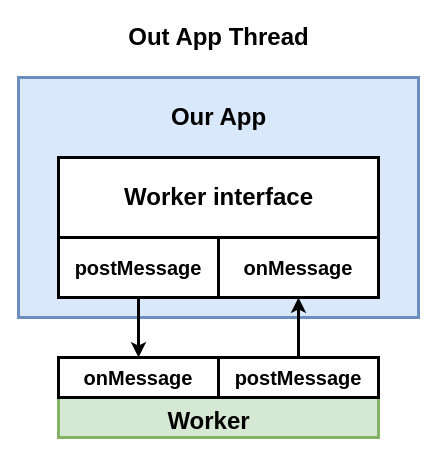
Earlier version of the draw.io diagram page "11" (11 of 11) of Section-2.drawio (uzzal71/Node-JS-Advanced-Concepts). Source tidied: cells renumbered, new cells numbered last; positions are measured from the earlier drawing's top-left corner, leaving out a move shared by most shapes. Both pictures are drawn from the tidied source at 100%, with x=0, y=0 at pixel (18, 17).
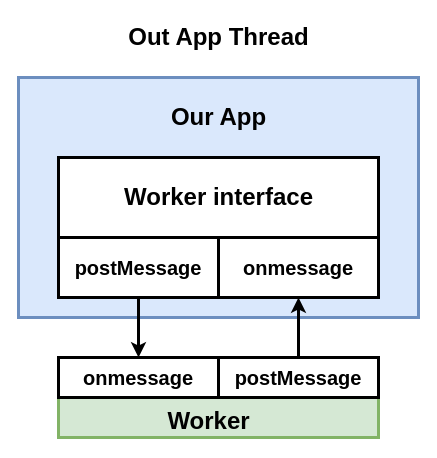
The same diagram, later.

What changed in the source:
```diff
@@
 <mxGraphModel>
   <root>
     <mxCell id="0" />
     <mxCell id="1" parent="0" />
     <mxCell id="2" style="rounded=0;whiteSpace=wrap;html=1;fillColor=#dae8fc;strokeColor=#6c8ebf;strokeWidth=3;" parent="1" vertex="1">
       <mxGeometry y="60" width="400" height="240" as="geometry" />
     </mxCell>
     <mxCell id="3" style="rounded=0;whiteSpace=wrap;html=1;strokeWidth=3;" parent="1" vertex="1">
       <mxGeometry x="40" y="140" width="320" height="140" as="geometry" />
     </mxCell>
     <mxCell id="4" style="edgeStyle=orthogonalEdgeStyle;rounded=0;jettySize=auto;html=1;entryX=0.5;entryY=0;entryDx=0;entryDy=0;strokeWidth=3;" parent="1" edge="1" source="5" target="11">
       <mxGeometry relative="1" as="geometry" />
     </mxCell>
     <mxCell id="5" value="&lt;font style=&quot;font-size: 20px;&quot;&gt;&lt;b&gt;postMessage&lt;/b&gt;&lt;/font&gt;" style="rounded=0;whiteSpace=wrap;html=1;strokeWidth=3;" parent="1" vertex="1">
       <mxGeometry x="40" y="220" width="160" height="60" as="geometry" />
     </mxCell>
-    <mxCell id="6" value="&lt;b style=&quot;border-color: var(--border-color); font-size: 20px;&quot;&gt;onMessage&lt;/b&gt;" style="rounded=0;whiteSpace=wrap;html=1;strokeWidth=3;" parent="1" vertex="1">
+    <mxCell id="6" value="&lt;b style=&quot;border-color: var(--border-color); font-size: 20px;&quot;&gt;onmessage&lt;/b&gt;" style="rounded=0;whiteSpace=wrap;html=1;strokeWidth=3;" parent="1" vertex="1">
       <mxGeometry x="200" y="220" width="160" height="60" as="geometry" />
     </mxCell>
     <mxCell id="7" value="Worker interface" style="text;strokeColor=none;fillColor=none;html=1;fontSize=24;fontStyle=1;verticalAlign=middle;align=center;" parent="1" vertex="1">
       <mxGeometry x="150" y="160" width="100" height="40" as="geometry" />
     </mxCell>
     <mxCell id="8" value="Our App" style="text;strokeColor=none;fillColor=none;html=1;fontSize=24;fontStyle=1;verticalAlign=middle;align=center;" parent="1" vertex="1">
       <mxGeometry x="150" y="80" width="100" height="40" as="geometry" />
     </mxCell>
     <mxCell id="9" value="Out App Thread" style="text;strokeColor=none;fillColor=none;html=1;fontSize=24;fontStyle=1;verticalAlign=middle;align=center;" parent="1" vertex="1">
       <mxGeometry x="150" width="100" height="40" as="geometry" />
     </mxCell>
     <mxCell id="10" style="rounded=0;whiteSpace=wrap;html=1;fillColor=#d5e8d4;strokeColor=#82b366;strokeWidth=3;" parent="1" vertex="1">
       <mxGeometry x="40" y="340" width="320" height="80" as="geometry" />
     </mxCell>
-    <mxCell id="11" value="&lt;font style=&quot;font-size: 20px;&quot;&gt;&lt;b&gt;onMessage&lt;/b&gt;&lt;/font&gt;" style="rounded=0;whiteSpace=wrap;html=1;strokeWidth=3;" parent="1" vertex="1">
+    <mxCell id="11" value="&lt;font style=&quot;font-size: 20px;&quot;&gt;&lt;b&gt;onmessage&lt;/b&gt;&lt;/font&gt;" style="rounded=0;whiteSpace=wrap;html=1;strokeWidth=3;" parent="1" vertex="1">
       <mxGeometry x="40" y="340" width="160" height="40" as="geometry" />
     </mxCell>
     <mxCell id="12" style="edgeStyle=orthogonalEdgeStyle;rounded=0;jettySize=auto;html=1;entryX=0.5;entryY=1;entryDx=0;entryDy=0;strokeWidth=3;" parent="1" edge="1" source="13" target="6">
       <mxGeometry relative="1" as="geometry" />
     </mxCell>
     <mxCell id="13" value="&lt;b style=&quot;border-color: var(--border-color); font-size: 20px;&quot;&gt;postMessage&lt;/b&gt;" style="rounded=0;whiteSpace=wrap;html=1;strokeWidth=3;" parent="1" vertex="1">
       <mxGeometry x="200" y="340" width="160" height="40" as="geometry" />
     </mxCell>
     <mxCell id="14" value="Worker" style="text;strokeColor=none;fillColor=none;html=1;fontSize=24;fontStyle=1;verticalAlign=middle;align=center;" parent="1" vertex="1">
       <mxGeometry x="140" y="384" width="100" height="40" as="geometry" />
     </mxCell>
   </root>
 </mxGraphModel>
```
